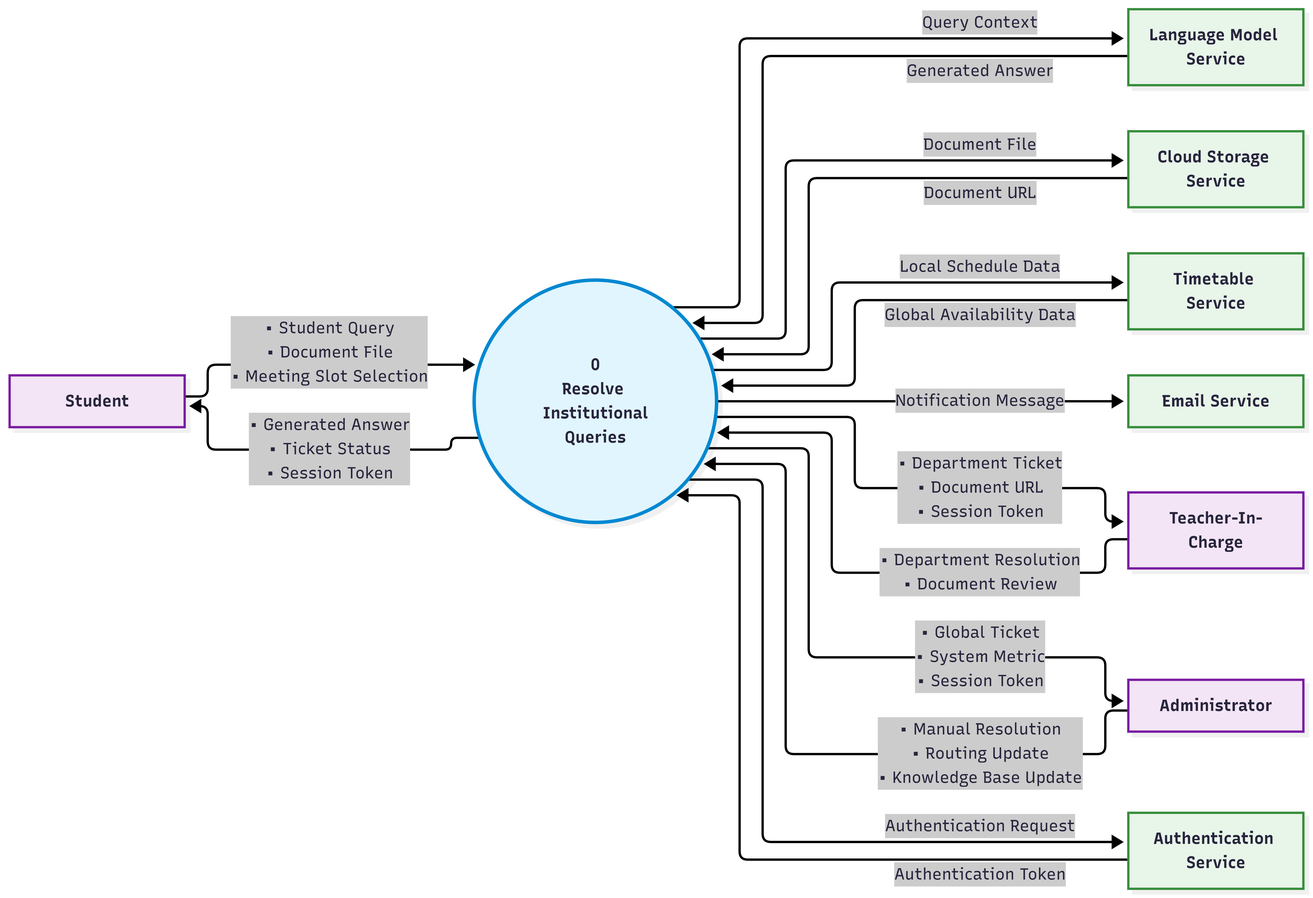
The Mermaid diagram SE/ideathon/documents/L0-DFD.png in aryanhrc3428/Semester-5, before a commit. Its source is kept beside it as SE/ideathon/documents/L0-DFD.mmd. The source it was exported from:
```mermaid
%%{init: {
  "flowchart": {
    "htmlLabels": true,
    "nodeSpacing": 40,
    "rankSpacing": 280
  }
}}%%
flowchart LR

    Student["<b>Student</b>"]
    TIC["<b>Teacher-In-Charge</b>"]
    Admin["<b>Administrator</b>"]
    ExtAuth["<b>Authentication Service</b>"]

    SystemCore(("<b>0</b><br/><b>Resolve Institutional<br/>Queries</b>"))

    ExtLLM["<b>Language Model Service</b>"]
    ExtS3["<b>Cloud Storage Service</b>"]
    ExtTimetable["<b>Timetable Service</b>"]
    ExtEmail["<b>Email Service</b>"]


    Student -->|"• Student Query<br/>• Document File<br/>• Meeting Slot Selection"| SystemCore
    TIC -->|"• Department Resolution<br/>• Document Review"| SystemCore
    Admin -->|"• Manual Resolution<br/>• Routing Update<br/>• Knowledge Base Update"| SystemCore
    ExtAuth -->|"Authentication Token"| SystemCore

    SystemCore -->|"Query Context"| ExtLLM
    SystemCore -->|"Document File"| ExtS3
    SystemCore -->|"Local Schedule Data"| ExtTimetable
    SystemCore -->|"Notification Message"| ExtEmail

    SystemCore -->|"• Generated Answer<br/>• Ticket Status<br/>• Session Token"| Student
    SystemCore -->|"• Department Ticket<br/>• Document URL<br/>• Session Token"| TIC
    SystemCore -->|"• Global Ticket<br/>• System Metric<br/>• Session Token"| Admin
    SystemCore -->|"Authentication Request"| ExtAuth

    ExtLLM -->|"Generated Answer"| SystemCore
    ExtS3 -->|"Document URL"| SystemCore
    ExtTimetable -->|"Global Availability Data"| SystemCore

    classDef coreStyle fill:#e1f5fe,stroke:#0288d1,stroke-width:3px;
    classDef actorStyle fill:#f3e5f5,stroke:#7b1fa2,stroke-width:2px;
    classDef extStyle fill:#e8f5e9,stroke:#388e3c,stroke-width:2px;

    class SystemCore coreStyle;
    class Student,Admin,TIC actorStyle;
    class ExtAuth,ExtLLM,ExtS3,ExtTimetable,ExtEmail extStyle;
```
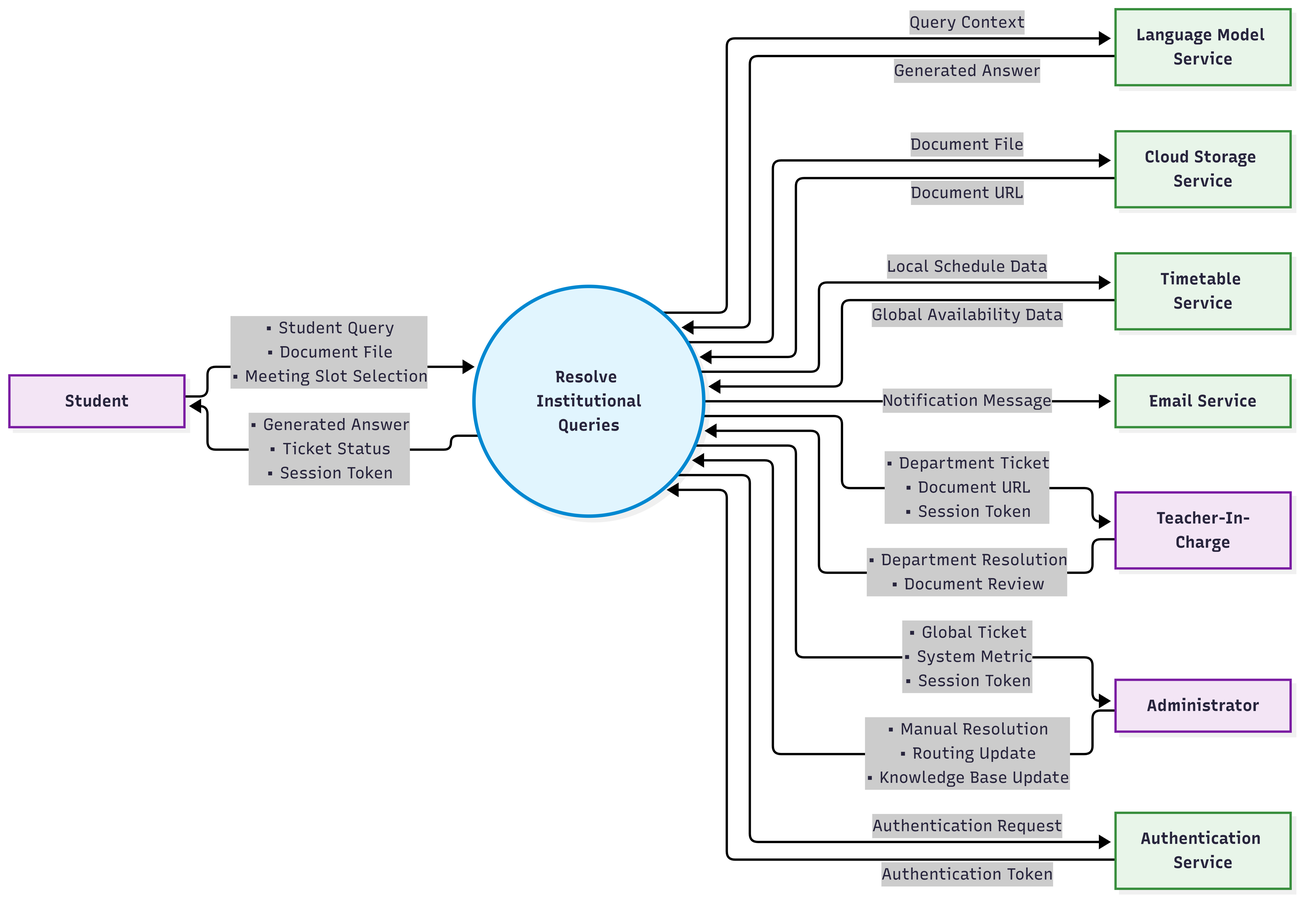
The same diagram one commit later.

Change to the diagram source:
```diff
@@ -12,7 +12,7 @@
     Admin["<b>Administrator</b>"]
     ExtAuth["<b>Authentication Service</b>"]
 
-    SystemCore(("<b>0</b><br/><b>Resolve Institutional<br/>Queries</b>"))
+    SystemCore(("<b>Resolve Institutional<br/>Queries</b>"))
 
     ExtLLM["<b>Language Model Service</b>"]
     ExtS3["<b>Cloud Storage Service</b>"]
```
